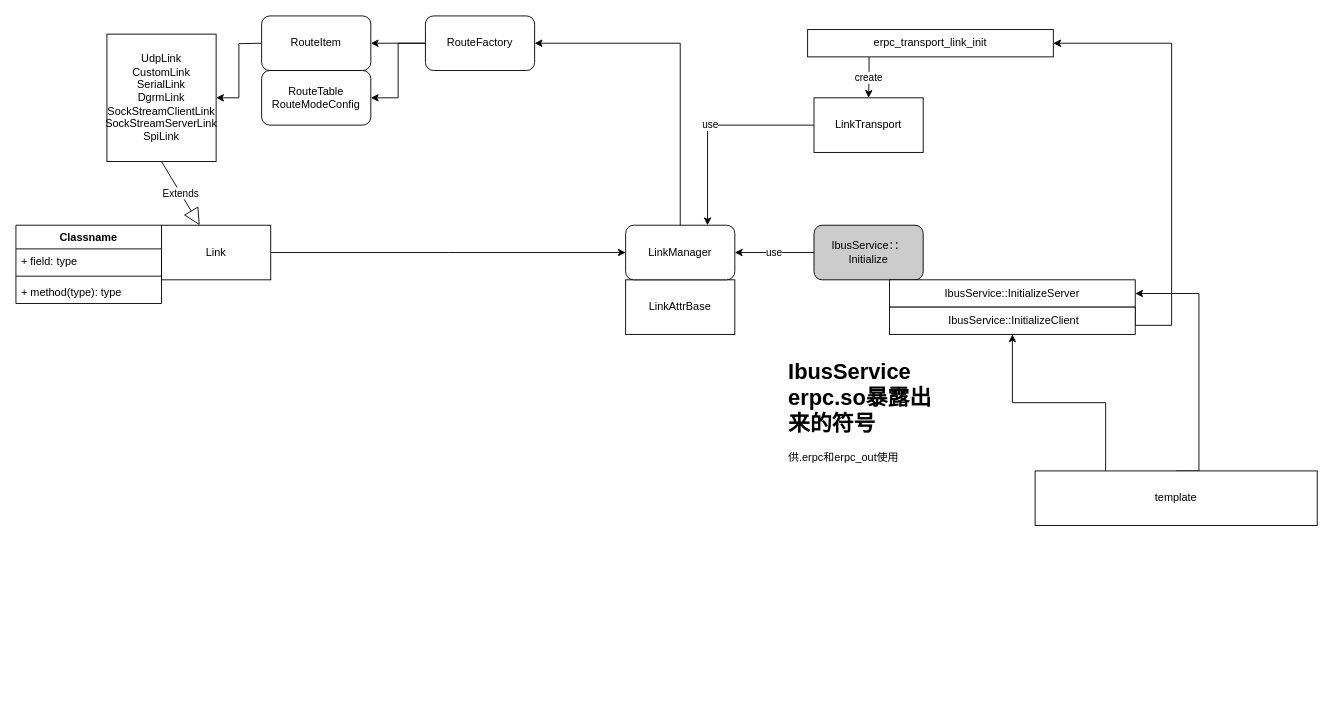
This is page "link" (2 of 3) of erpc.drawio from suntongce/test2, a draw.io file, before an edit. Source tidied: cells renumbered, new cells numbered last; positions are measured from the earlier drawing's top-left corner, leaving out a move shared by most shapes. Both pictures are drawn from the tidied source at 91%, with x=0, y=0 at pixel (15, 15).
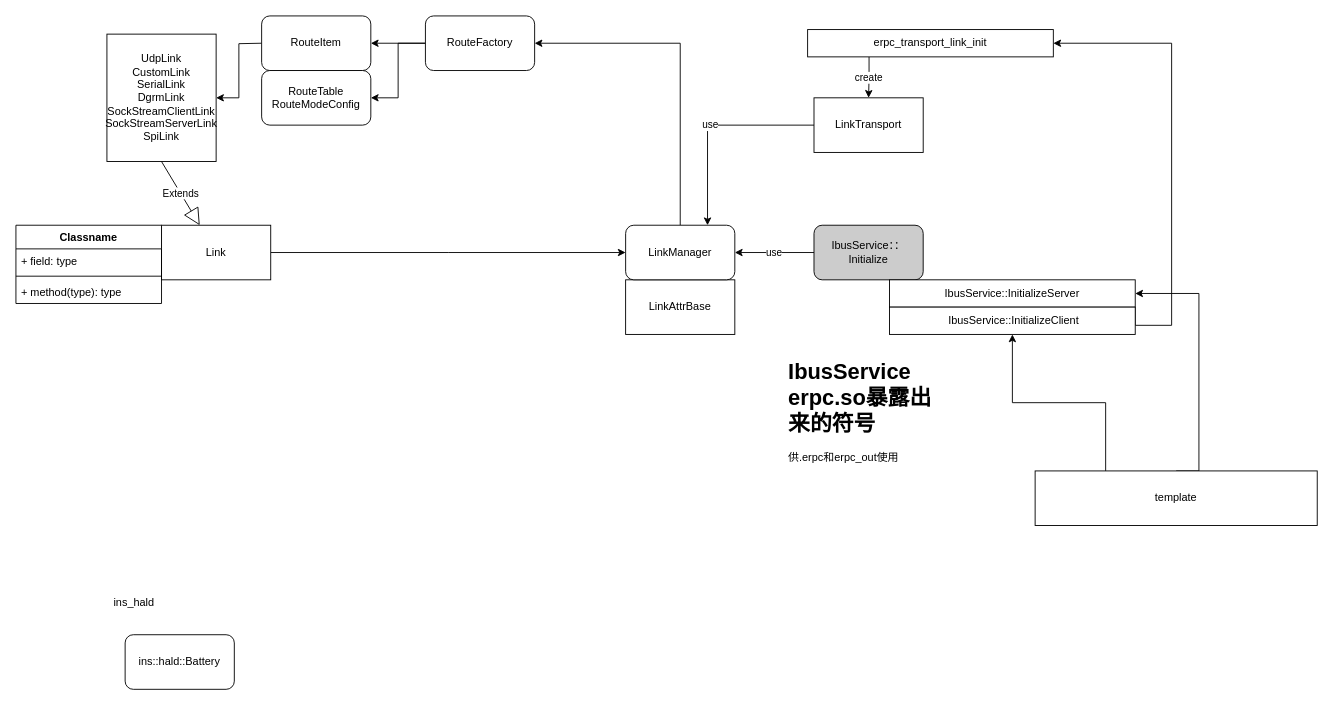
Above is the later version.

The edit, as a diff of the source:
```diff
@@
+    <mxCell id="32" value="ins::hald::Battery" style="rounded=1;whiteSpace=wrap;html=1;" parent="1" vertex="1">
+      <mxGeometry x="120" y="680" width="120" height="60" as="geometry" />
+    </mxCell>
+    <mxCell id="33" value="ins_hald" style="text;html=1;whiteSpace=wrap;strokeColor=none;fillColor=none;align=center;verticalAlign=middle;rounded=0;" parent="1" vertex="1">
+      <mxGeometry x="100" y="630" width="60" height="30" as="geometry" />
+    </mxCell>
```
